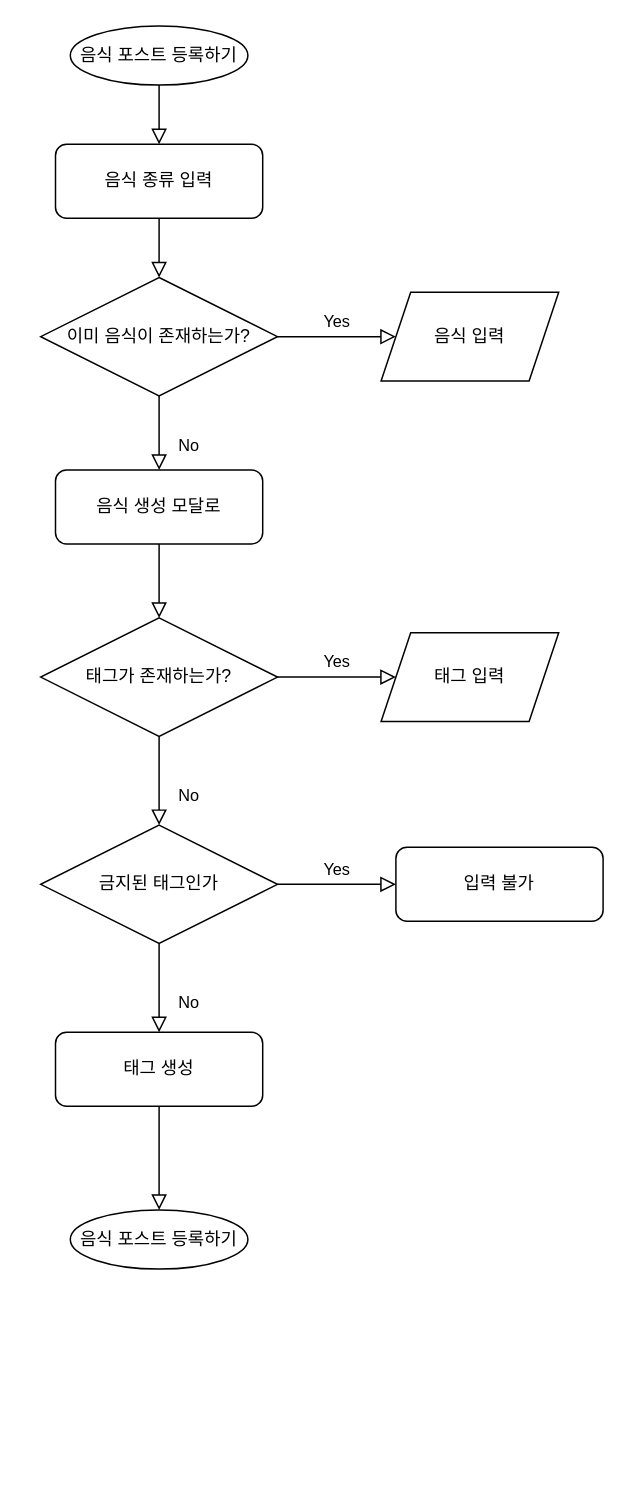
Earlier version of the draw.io diagram diagram/Untitled Diagram.drawio (donghyeon0725/notepad). Source tidied: cells renumbered, new cells numbered last; positions are measured from the earlier drawing's top-left corner, leaving out a move shared by most shapes. Both pictures are drawn from the tidied source at 148%, with x=0, y=0 at pixel (40, 25).
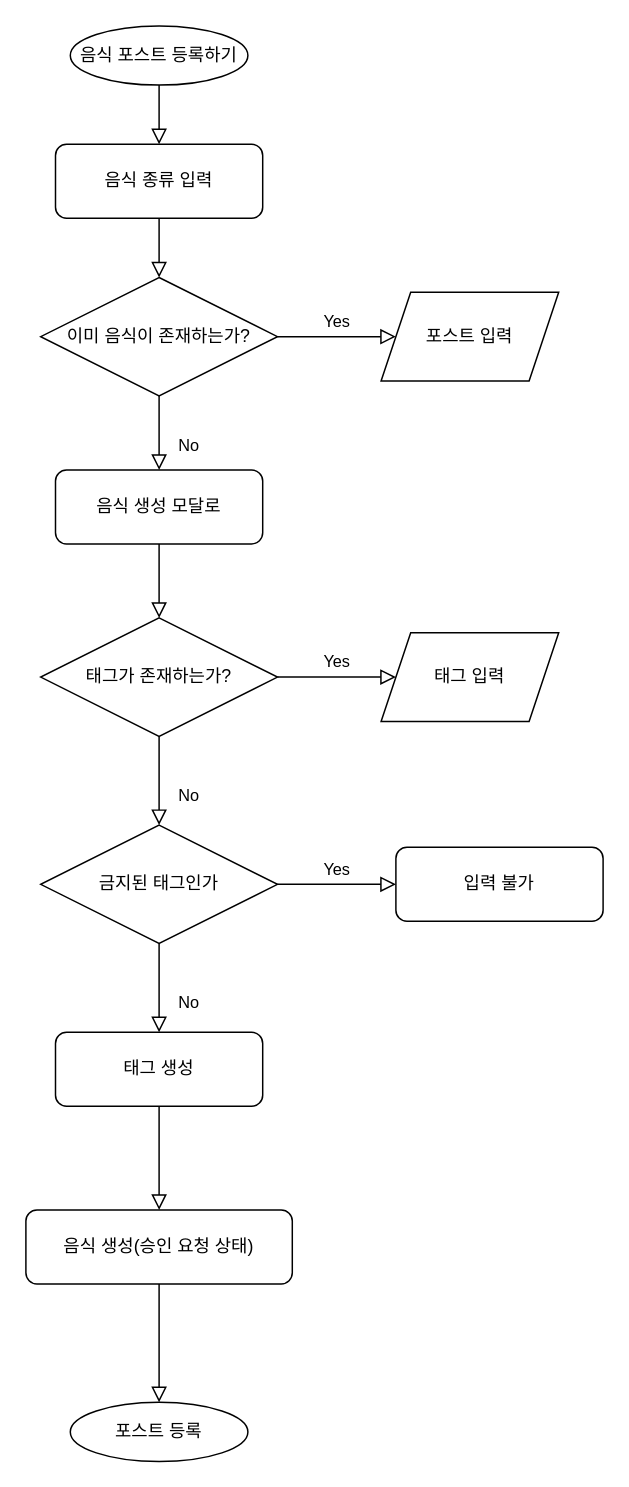
After the change.

Commit message:
포스트 등록.drawio

The change refers to these unchanged cells:
```xml
<mxCell id="20" value="태그 생성" style="rounded=1;whiteSpace=wrap;html=1;" parent="1" vertex="1">
  <mxGeometry x="10" y="680" width="140" height="50" as="geometry" />
</mxCell>
```

Change to the diagram source:
```diff
@@
-    <mxCell id="8" value="음식 입력" style="shape=parallelogram;perimeter=parallelogramPerimeter;whiteSpace=wrap;html=1;fixedSize=1;" parent="1" vertex="1">
+    <mxCell id="8" value="포스트 입력" style="shape=parallelogram;perimeter=parallelogramPerimeter;whiteSpace=wrap;html=1;fixedSize=1;" parent="1" vertex="1">
       <mxGeometry x="230" y="180" width="120" height="60" as="geometry" />
     </mxCell>
@@
-    <mxCell id="21" value="음식 포스트 등록하기" style="ellipse;whiteSpace=wrap;html=1;" parent="1" vertex="1">
-      <mxGeometry x="20" y="800" width="120" height="40" as="geometry" />
-    </mxCell>
-    <mxCell id="22" style="rounded=0;html=1;jettySize=auto;fontSize=11;endArrow=block;endFill=0;endSize=8;strokeWidth=1;shadow=0;labelBackgroundColor=none;edgeStyle=orthogonalEdgeStyle;entryX=0.5;entryY=0;entryDx=0;entryDy=0;exitX=0.5;exitY=1;exitDx=0;exitDy=0;" parent="1" edge="1" source="20" target="21">
-      <mxGeometry relative="1" as="geometry" />
+    <mxCell id="22" style="rounded=0;html=1;jettySize=auto;fontSize=11;endArrow=block;endFill=0;endSize=8;strokeWidth=1;shadow=0;labelBackgroundColor=none;edgeStyle=orthogonalEdgeStyle;entryX=0.5;entryY=0;entryDx=0;entryDy=0;exitX=0.5;exitY=1;exitDx=0;exitDy=0;" parent="1" edge="1" source="20">
+      <mxGeometry relative="1" as="geometry">
+        <mxPoint x="80" y="800" as="targetPoint" />
+      </mxGeometry>
     </mxCell>
+    <mxCell id="23" value="음식 생성(승인 요청 상태)" style="rounded=1;whiteSpace=wrap;html=1;" parent="1" vertex="1">
+      <mxGeometry x="-10" y="800" width="180" height="50" as="geometry" />
+    </mxCell>
+    <mxCell id="24" style="rounded=0;html=1;jettySize=auto;fontSize=11;endArrow=block;endFill=0;endSize=8;strokeWidth=1;shadow=0;labelBackgroundColor=none;edgeStyle=orthogonalEdgeStyle;exitX=0.5;exitY=1;exitDx=0;exitDy=0;" parent="1" edge="1" source="23">
+      <mxGeometry relative="1" as="geometry">
+        <mxPoint x="80" y="930" as="targetPoint" />
+      </mxGeometry>
+    </mxCell>
+    <mxCell id="25" value="포스트 등록" style="ellipse;whiteSpace=wrap;html=1;" parent="1" vertex="1">
+      <mxGeometry x="20" y="930" width="120" height="40" as="geometry" />
+    </mxCell>
```
